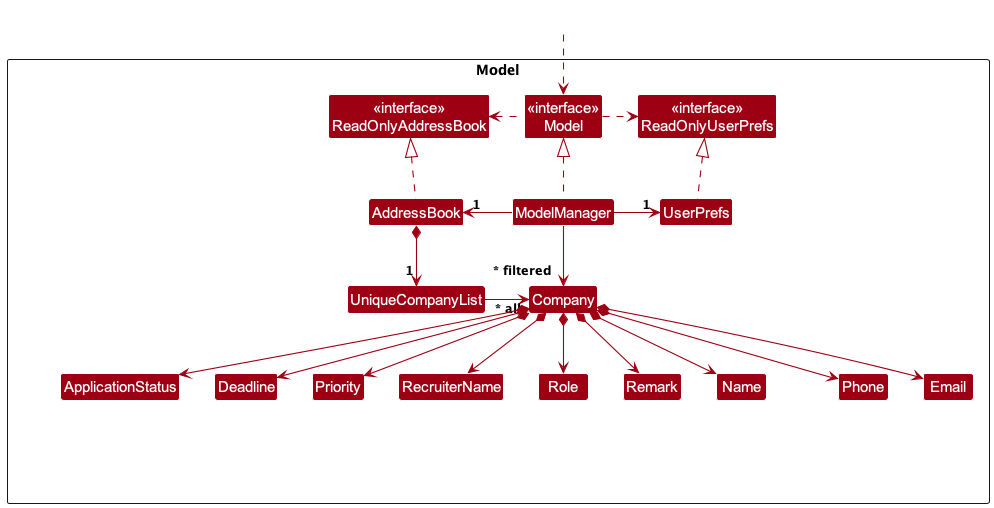
Before: docs/images/ModelClassDiagram.png, a diagram exported from PlantUML (tayruxin/tp).
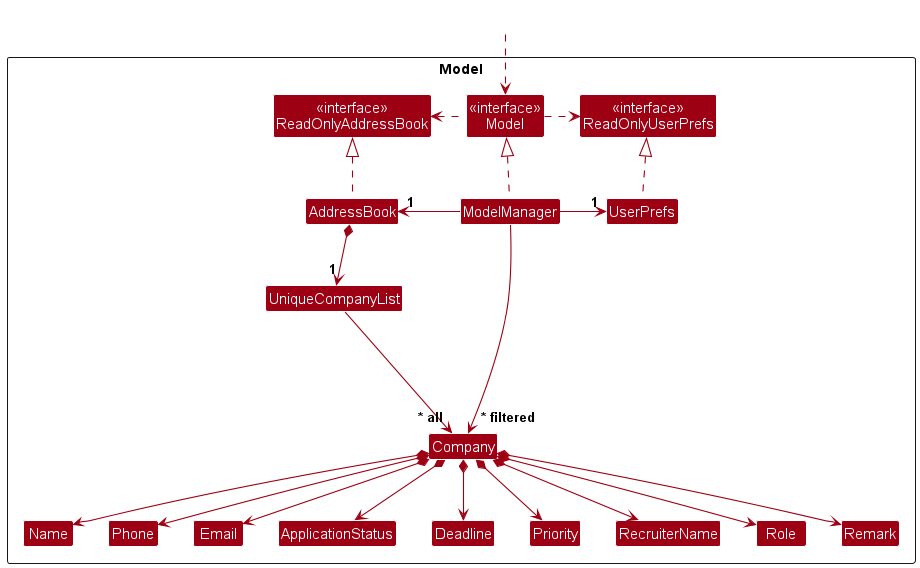
Above is the later version.

Commit message:
Resolve comments

What changed in the source:
```diff
@@ -41,7 +41,7 @@
 UserPrefs .up.|> ReadOnlyUserPrefs
 
 AddressBook *--> "1" UniqueCompanyList
-UniqueCompanyList -left-> "~* all" Company
+UniqueCompanyList --> "~* all" Company
 Company *--> Email
 Company *--> Name
 Company *--> Phone
```
